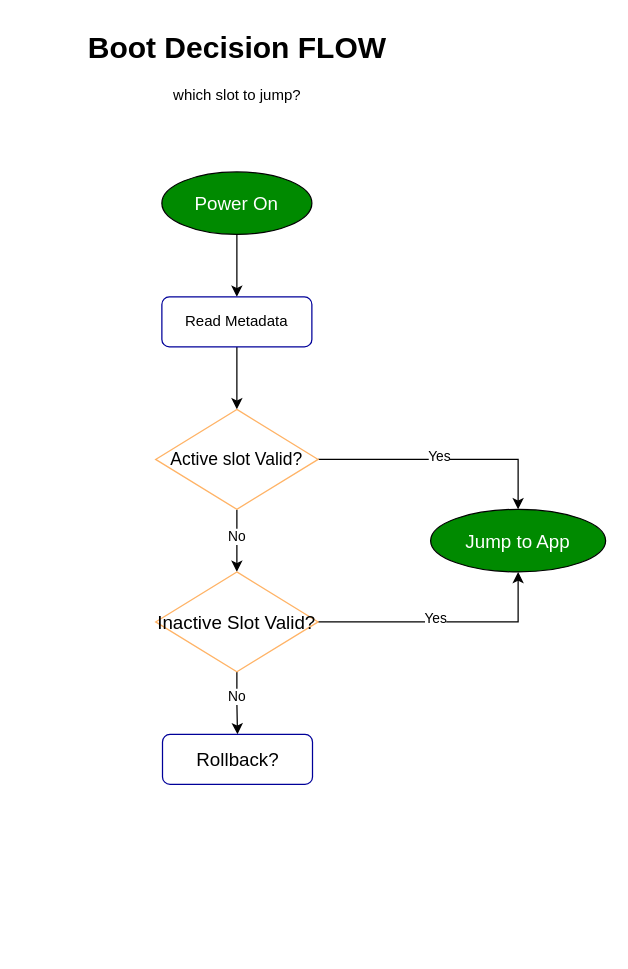
Before: page "07 - Boot Decision Flow" (8 of 9) of docs/HEXBOOT_F0_Architecture.drawio in brajogopal/HEXBOOT_F0, a draw.io diagram. Source tidied: cells renumbered, new cells numbered last; positions are measured from the earlier drawing's top-left corner, leaving out a move shared by most shapes. Both pictures are drawn from the tidied source at 125%, with x=0, y=0 at pixel (21, 21).
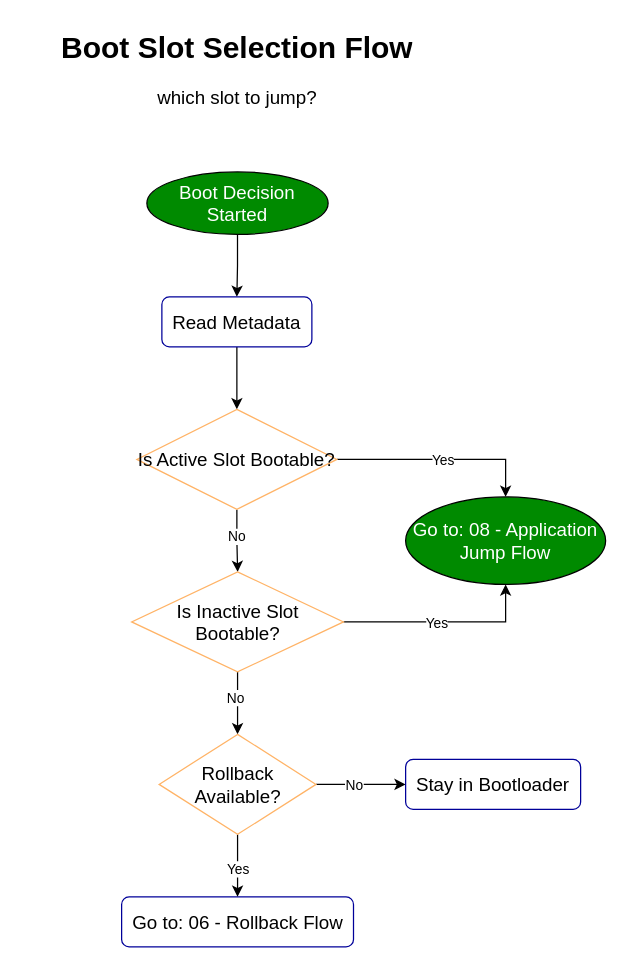
The same diagram, later.

The change refers to these unchanged cells:
```xml
<mxCell id="9" style="edgeStyle=orthogonalEdgeStyle;rounded=0;jettySize=auto;html=1;exitX=1;exitY=0.5;exitDx=0;exitDy=0;entryX=0.5;entryY=0;entryDx=0;entryDy=0;" parent="1" edge="1" source="11" target="18">
  <mxGeometry relative="1" as="geometry" />
</mxCell>
<mxCell id="14" style="edgeStyle=orthogonalEdgeStyle;rounded=0;jettySize=auto;html=1;exitX=1;exitY=0.5;exitDx=0;exitDy=0;entryX=0.5;entryY=1;entryDx=0;entryDy=0;" parent="1" edge="1" source="16" target="18">
  <mxGeometry relative="1" as="geometry" />
</mxCell>
```

What changed in the source:
```diff
@@
-    <mxCell id="3" value="&lt;span style=&quot;color: rgb(255, 255, 255);&quot;&gt;&lt;font style=&quot;font-size: 15px;&quot;&gt;Power On&lt;/font&gt;&lt;/span&gt;" style="ellipse;whiteSpace=wrap;html=1;shapeInside=1;fillColor=#008A00;" parent="1" vertex="1">
-      <mxGeometry x="112" y="120" width="120" height="50" as="geometry" />
+    <mxCell id="3" value="&lt;font style=&quot;font-size: 15px; color: rgb(255, 255, 255);&quot;&gt;Boot Decision Started&lt;/font&gt;" style="ellipse;whiteSpace=wrap;html=1;shapeInside=1;fillColor=#008A00;" parent="1" vertex="1">
+      <mxGeometry x="100" y="120" width="145" height="50" as="geometry" />
     </mxCell>
-    <mxCell id="4" value="&lt;h1 style=&quot;margin-top: 0px;&quot;&gt;Boot Decision FLOW&lt;/h1&gt;&lt;p&gt;which slot to jump?&lt;/p&gt;" style="text;html=1;whiteSpace=wrap;overflow=hidden;rounded=0;align=center;" parent="1" vertex="1">
+    <mxCell id="4" value="&lt;h1 style=&quot;margin-top: 0px;&quot;&gt;Boot Slot Selection Flow&lt;/h1&gt;&lt;p&gt;&lt;font style=&quot;font-size: 15px;&quot;&gt;which slot to jump?&lt;/font&gt;&lt;/p&gt;" style="text;html=1;whiteSpace=wrap;overflow=hidden;rounded=0;align=center;" parent="1" vertex="1">
       <mxGeometry width="345" height="120" as="geometry" />
     </mxCell>
@@
-    <mxCell id="6" value="&lt;div&gt;Read Metadata&lt;/div&gt;" style="rounded=1;whiteSpace=wrap;html=1;strokeColor=#000099;" parent="1" vertex="1">
+    <mxCell id="6" value="&lt;div&gt;&lt;font style=&quot;font-size: 15px;&quot;&gt;Read Metadata&lt;/font&gt;&lt;/div&gt;" style="rounded=1;whiteSpace=wrap;html=1;strokeColor=#000099;" parent="1" vertex="1">
       <mxGeometry x="112" y="220" width="120" height="40" as="geometry" />
     </mxCell>
@@
     <mxCell id="10" value="Yes" style="edgeLabel;html=1;align=center;verticalAlign=middle;" parent="9" vertex="1">
-      <mxGeometry x="-0.04" y="3" relative="1" as="geometry" />
+      <mxGeometry x="-0.04" y="3" relative="1" as="geometry">
+        <mxPoint x="5" y="3" as="offset" />
+      </mxGeometry>
     </mxCell>
-    <mxCell id="11" value="&lt;div&gt;&lt;font style=&quot;font-size: 14px;&quot;&gt;Active slot Valid?&lt;/font&gt;&lt;/div&gt;" style="rhombus;whiteSpace=wrap;html=1;shapeInside=1;strokeColor=#FFB366;" parent="1" vertex="1">
-      <mxGeometry x="107" y="310" width="130" height="80" as="geometry" />
+    <mxCell id="11" value="&lt;font style=&quot;font-size: 15px;&quot;&gt;Is Active Slot Bootable?&lt;/font&gt;" style="rhombus;whiteSpace=wrap;html=1;shapeInside=1;strokeColor=#FFB366;" parent="1" vertex="1">
+      <mxGeometry x="92" y="310" width="160" height="80" as="geometry" />
     </mxCell>
-    <mxCell id="12" style="edgeStyle=orthogonalEdgeStyle;rounded=0;jettySize=auto;html=1;" parent="1" edge="1" source="16" target="17">
-      <mxGeometry relative="1" as="geometry" />
-    </mxCell>
-    <mxCell id="13" value="No" style="edgeLabel;html=1;align=center;verticalAlign=middle;" parent="12" vertex="1">
-      <mxGeometry x="-0.26" y="-1" relative="1" as="geometry" />
-    </mxCell>
@@
     <mxCell id="15" value="Yes" style="edgeLabel;html=1;align=center;verticalAlign=middle;" parent="14" vertex="1">
-      <mxGeometry x="-0.07" y="4" relative="1" as="geometry" />
+      <mxGeometry x="-0.07" y="4" relative="1" as="geometry">
+        <mxPoint y="4" as="offset" />
+      </mxGeometry>
     </mxCell>
+    <mxCell id="19" style="edgeStyle=orthogonalEdgeStyle;rounded=0;jettySize=auto;html=1;" parent="1" edge="1" source="16" target="25">
+      <mxGeometry relative="1" as="geometry" />
+    </mxCell>
+    <mxCell id="20" value="No" style="edgeLabel;html=1;align=center;verticalAlign=middle;" parent="19" vertex="1">
+      <mxGeometry x="-0.22" y="-2" relative="1" as="geometry" />
+    </mxCell>
-    <mxCell id="16" value="&lt;div&gt;&lt;font style=&quot;font-size: 15px;&quot;&gt;Inactive Slot Valid?&lt;/font&gt;&lt;/div&gt;" style="rhombus;whiteSpace=wrap;html=1;shapeInside=1;strokeColor=#FFB366;" parent="1" vertex="1">
-      <mxGeometry x="107" y="440" width="130" height="80" as="geometry" />
+    <mxCell id="16" value="&lt;font style=&quot;font-size: 15px;&quot;&gt;Is Inactive Slot Bootable?&lt;/font&gt;" style="rhombus;whiteSpace=wrap;html=1;shapeInside=1;strokeColor=#FFB366;" parent="1" vertex="1">
+      <mxGeometry x="87.8" y="440" width="169.5" height="80" as="geometry" />
     </mxCell>
-    <mxCell id="17" value="&lt;font style=&quot;font-size: 15px;&quot;&gt;Rollback?&lt;/font&gt;" style="rounded=1;whiteSpace=wrap;html=1;strokeColor=#000099;" parent="1" vertex="1">
-      <mxGeometry x="112.5" y="570" width="120" height="40" as="geometry" />
+    <mxCell id="17" value="&lt;font style=&quot;font-size: 15px;&quot;&gt;Go to: 06 - Rollback Flow&lt;/font&gt;" style="rounded=1;whiteSpace=wrap;html=1;strokeColor=#000099;" parent="1" vertex="1">
+      <mxGeometry x="79.8" y="700" width="185.5" height="40" as="geometry" />
     </mxCell>
-    <mxCell id="18" value="&lt;font style=&quot;font-size: 15px; color: rgb(255, 255, 255);&quot;&gt;Jump to App&lt;/font&gt;" style="ellipse;whiteSpace=wrap;html=1;shapeInside=1;fillColor=#008A00;" parent="1" vertex="1">
-      <mxGeometry x="327" y="390" width="140" height="50" as="geometry" />
+    <mxCell id="18" value="&lt;font style=&quot;font-size: 15px; color: light-dark(rgb(255, 255, 255), rgb(255, 255, 255));&quot;&gt;Go to:&amp;nbsp;&lt;span style=&quot;background-color: transparent;&quot;&gt;08 - Application Jump Flow&lt;/span&gt;&lt;/font&gt;" style="ellipse;whiteSpace=wrap;html=1;shapeInside=1;fillColor=#008A00;" parent="1" vertex="1">
+      <mxGeometry x="307" y="380" width="160" height="70" as="geometry" />
     </mxCell>
+    <mxCell id="21" style="edgeStyle=orthogonalEdgeStyle;rounded=0;jettySize=auto;html=1;" parent="1" edge="1" source="25" target="17">
+      <mxGeometry relative="1" as="geometry" />
+    </mxCell>
+    <mxCell id="22" value="Yes" style="edgeLabel;html=1;align=center;verticalAlign=middle;" parent="21" vertex="1">
+      <mxGeometry x="0.06" relative="1" as="geometry" />
+    </mxCell>
+    <mxCell id="23" style="edgeStyle=orthogonalEdgeStyle;rounded=0;jettySize=auto;html=1;" parent="1" edge="1" source="25" target="26">
+      <mxGeometry relative="1" as="geometry" />
+    </mxCell>
+    <mxCell id="24" value="No" style="edgeLabel;html=1;align=center;verticalAlign=middle;" parent="23" vertex="1">
+      <mxGeometry x="-0.1" y="2" relative="1" as="geometry">
+        <mxPoint x="-2" y="2" as="offset" />
+      </mxGeometry>
+    </mxCell>
+    <mxCell id="25" value="&lt;font style=&quot;font-size: 15px;&quot;&gt;Rollback Available?&lt;/font&gt;" style="rhombus;whiteSpace=wrap;html=1;shapeInside=1;fillColor=#FFFFFF;strokeColor=#FFB366;" parent="1" vertex="1">
+      <mxGeometry x="109.8" y="570" width="125.5" height="80" as="geometry" />
+    </mxCell>
+    <mxCell id="26" value="&lt;font style=&quot;font-size: 15px;&quot;&gt;Stay in Bootloader&lt;/font&gt;" style="rounded=1;whiteSpace=wrap;html=1;strokeColor=#000099;" parent="1" vertex="1">
+      <mxGeometry x="307" y="590" width="140" height="40" as="geometry" />
+    </mxCell>
```
